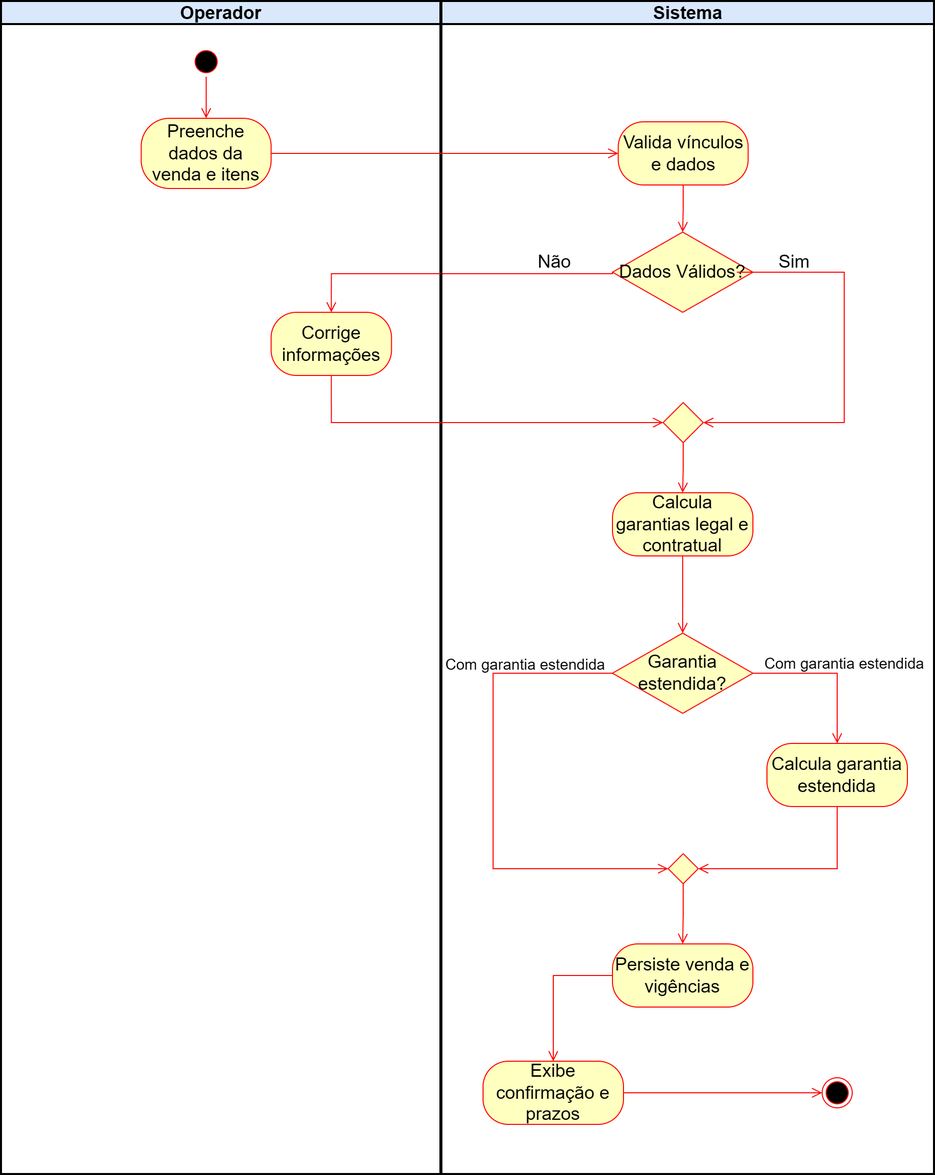
The draw.io diagram img/diagramaatividade.png in tmateus4/garantia-tcc-2026, before a commit. Source tidied: cells renumbered, new cells last; positions are measured from the earlier drawing's top-left corner, leaving out a move shared by most shapes.
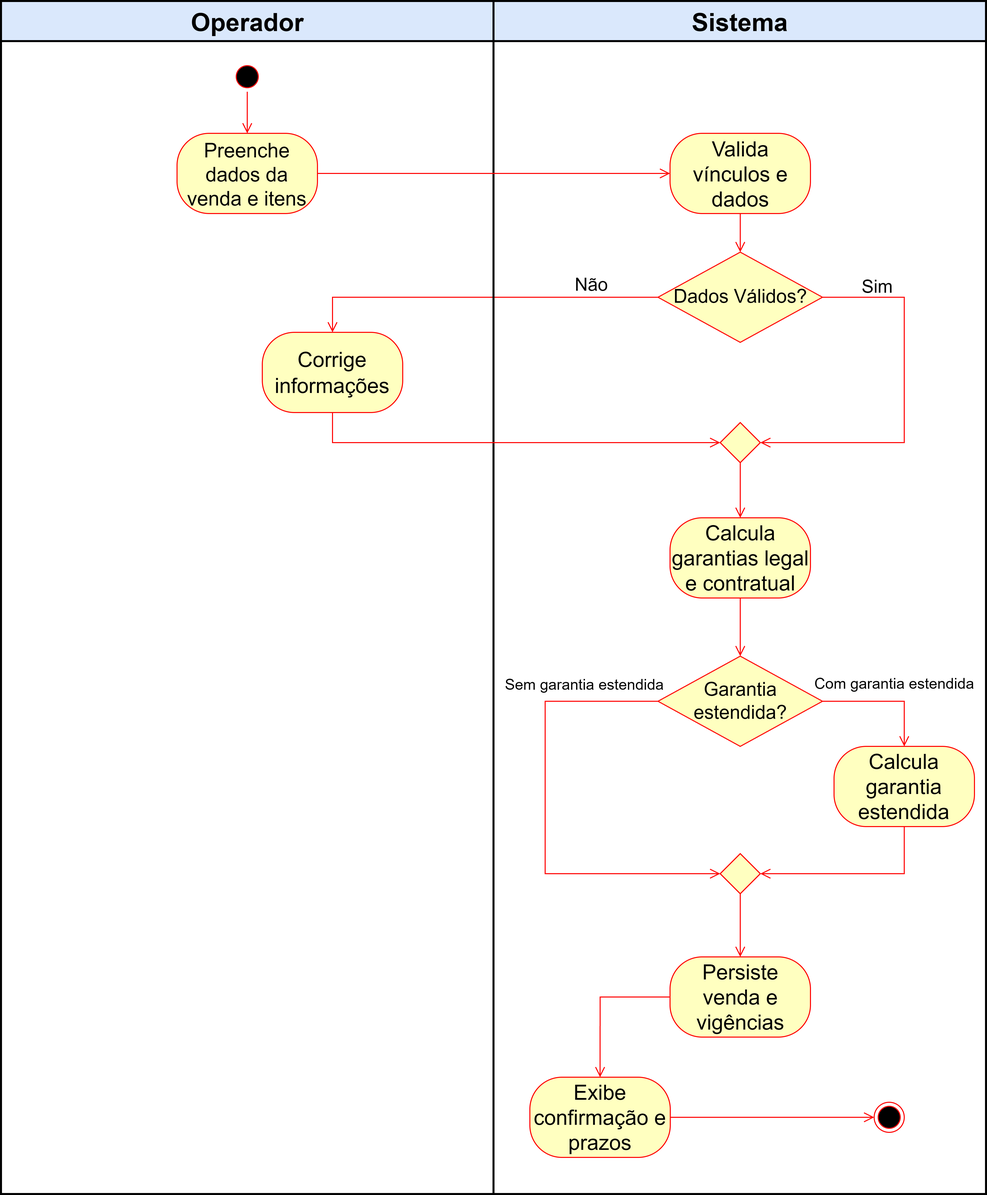
After the commit.

The edit, as a diff of the source:
```diff
@@ -2,69 +2,61 @@
   <root>
     <mxCell id="0" />
     <mxCell id="1" parent="0" />
-    <mxCell id="2" value="Operador" style="swimlane;whiteSpace=wrap;html=1;fillColor=#dae8fc;strokeColor=#000000;strokeWidth=2;fontSize=18;" parent="1" vertex="1">
-      <mxGeometry width="438" height="1170" as="geometry" />
+    <mxCell id="2" value="&lt;font style=&quot;font-size: 25px;&quot;&gt;Operador&lt;/font&gt;" style="swimlane;whiteSpace=wrap;html=1;fillColor=#dae8fc;strokeColor=#000000;strokeWidth=2;fontSize=18;startSize=40;" parent="1" vertex="1">
+      <mxGeometry x="-80" y="-20" width="491" height="1190" as="geometry" />
     </mxCell>
     <mxCell id="3" style="ellipse;html=1;shape=startState;fillColor=#000000;strokeColor=#ff0000;" parent="2" vertex="1">
-      <mxGeometry x="189" y="45" width="30" height="30" as="geometry" />
+      <mxGeometry x="230" y="60" width="30" height="30" as="geometry" />
     </mxCell>
     <mxCell id="4" style="edgeStyle=orthogonalEdgeStyle;html=1;verticalAlign=bottom;endArrow=open;endSize=8;strokeColor=#ff0000;rounded=0;entryX=0.5;entryY=0;entryDx=0;entryDy=0;" parent="2" edge="1" source="3" target="5">
       <mxGeometry relative="1" as="geometry" />
     </mxCell>
-    <mxCell id="5" value="Preenche dados da venda e itens" style="rounded=1;whiteSpace=wrap;html=1;arcSize=40;fontColor=#000000;fillColor=#ffffc0;strokeColor=#ff0000;fontSize=18;" parent="2" vertex="1">
-      <mxGeometry x="139.2" y="116.5" width="129.5" height="70" as="geometry" />
+    <mxCell id="5" value="Preenche dados da venda e itens" style="rounded=1;whiteSpace=wrap;html=1;arcSize=40;fontColor=#000000;fillColor=#ffffc0;strokeColor=#ff0000;fontSize=20;" parent="2" vertex="1">
+      <mxGeometry x="175" y="131.5" width="140" height="80" as="geometry" />
     </mxCell>
-    <mxCell id="6" value="Corrige informações" style="rounded=1;whiteSpace=wrap;html=1;arcSize=40;fontColor=#000000;fillColor=#ffffc0;strokeColor=#ff0000;fontSize=18;" parent="2" vertex="1">
-      <mxGeometry x="268.8" y="310" width="120" height="63" as="geometry" />
+    <mxCell id="6" value="Corrige informações" style="rounded=1;whiteSpace=wrap;html=1;arcSize=40;fontColor=#000000;fillColor=#ffffc0;strokeColor=#ff0000;fontSize=21;" parent="2" vertex="1">
+      <mxGeometry x="260" y="330" width="140" height="80" as="geometry" />
     </mxCell>
     <mxCell id="7" value="Não" style="edgeStyle=orthogonalEdgeStyle;html=1;verticalAlign=bottom;endArrow=open;endSize=8;strokeColor=#ff0000;rounded=0;entryX=0.5;entryY=0;entryDx=0;entryDy=0;exitX=0;exitY=0.5;exitDx=0;exitDy=0;labelBackgroundColor=none;fontSize=18;spacing=0;" parent="2" edge="1" source="22" target="6">
       <mxGeometry x="-0.62" relative="1" as="geometry">
-        <Array as="points">
-          <mxPoint x="609" y="271.5" />
-          <mxPoint x="328.8" y="271.5" />
-        </Array>
         <mxPoint x="1" as="offset" />
       </mxGeometry>
     </mxCell>
-    <mxCell id="8" value="Sistema" style="swimlane;whiteSpace=wrap;html=1;fillColor=#dae8fc;strokeColor=light-dark(#000000, #5c79a3);strokeWidth=2;fontSize=18;" parent="1" vertex="1">
-      <mxGeometry x="439" width="491" height="1170" as="geometry" />
+    <mxCell id="8" value="&lt;font style=&quot;font-size: 25px;&quot;&gt;Sistema&lt;/font&gt;" style="swimlane;whiteSpace=wrap;html=1;fillColor=#dae8fc;strokeColor=light-dark(#000000, #5c79a3);strokeWidth=2;fontSize=18;startSize=40;" parent="1" vertex="1">
+      <mxGeometry x="411" y="-20" width="491" height="1190" as="geometry" />
     </mxCell>
-    <mxCell id="9" value="Valida vínculos e dados" style="rounded=1;whiteSpace=wrap;html=1;arcSize=40;fontColor=#000000;fillColor=#ffffc0;strokeColor=#ff0000;fontSize=18;" parent="8" vertex="1">
-      <mxGeometry x="175.8" y="120" width="129.5" height="63" as="geometry" />
+    <mxCell id="9" value="Valida vínculos e dados" style="rounded=1;whiteSpace=wrap;html=1;arcSize=40;fontColor=#000000;fillColor=#ffffc0;strokeColor=#ff0000;fontSize=21;" parent="8" vertex="1">
+      <mxGeometry x="175.5" y="131.5" width="140" height="80" as="geometry" />
     </mxCell>
-    <mxCell id="10" value="Calcula garantias legal e contratual" style="rounded=1;whiteSpace=wrap;html=1;arcSize=40;fontColor=#000000;fillColor=#ffffc0;strokeColor=#ff0000;fontSize=18;" parent="8" vertex="1">
-      <mxGeometry x="170" y="490" width="140" height="63" as="geometry" />
+    <mxCell id="10" value="Calcula garantias legal e contratual" style="rounded=1;whiteSpace=wrap;html=1;arcSize=40;fontColor=#000000;fillColor=#ffffc0;strokeColor=#ff0000;fontSize=21;" parent="8" vertex="1">
+      <mxGeometry x="175.5" y="515" width="140" height="80" as="geometry" />
     </mxCell>
-    <mxCell id="11" value="&lt;font&gt;Garantia estendida?&lt;/font&gt;" style="rhombus;whiteSpace=wrap;html=1;fontColor=#000000;fillColor=#ffffc0;strokeColor=#ff0000;fontSize=18;" parent="8" vertex="1">
-      <mxGeometry x="170" y="630" width="140" height="80" as="geometry" />
+    <mxCell id="11" value="&lt;font&gt;Garantia estendida?&lt;/font&gt;" style="rhombus;whiteSpace=wrap;html=1;fontColor=#000000;fillColor=#ffffc0;strokeColor=#ff0000;fontSize=19;" parent="8" vertex="1">
+      <mxGeometry x="163.5" y="653" width="164" height="90" as="geometry" />
     </mxCell>
-    <mxCell id="12" value="Persiste venda e vigências" style="rounded=1;whiteSpace=wrap;html=1;arcSize=40;fontColor=#000000;fillColor=#ffffc0;strokeColor=#ff0000;fontSize=18;" parent="8" vertex="1">
-      <mxGeometry x="170" y="940" width="140" height="63" as="geometry" />
+    <mxCell id="12" value="Persiste venda e vigências" style="rounded=1;whiteSpace=wrap;html=1;arcSize=40;fontColor=#000000;fillColor=#ffffc0;strokeColor=#ff0000;fontSize=21;" parent="8" vertex="1">
+      <mxGeometry x="175.5" y="953" width="140" height="80" as="geometry" />
     </mxCell>
     <mxCell id="13" style="edgeStyle=orthogonalEdgeStyle;html=1;verticalAlign=bottom;endArrow=open;endSize=8;strokeColor=#ff0000;rounded=0;entryX=0.5;entryY=0;entryDx=0;entryDy=0;exitX=0;exitY=0.5;exitDx=0;exitDy=0;" parent="8" edge="1" source="12" target="15">
       <mxGeometry relative="1" as="geometry" />
     </mxCell>
     <mxCell id="14" style="ellipse;html=1;shape=endState;fillColor=#000000;strokeColor=#ff0000;" parent="8" vertex="1">
-      <mxGeometry x="379" y="1073.5" width="30" height="30" as="geometry" />
+      <mxGeometry x="379" y="1098" width="30" height="30" as="geometry" />
     </mxCell>
-    <mxCell id="15" value="Exibe confirmação e prazos" style="rounded=1;whiteSpace=wrap;html=1;arcSize=40;fontColor=#000000;fillColor=#ffffc0;strokeColor=#ff0000;fontSize=18;" parent="8" vertex="1">
-      <mxGeometry x="41" y="1057" width="140" height="63" as="geometry" />
+    <mxCell id="15" value="Exibe confirmação e prazos" style="rounded=1;whiteSpace=wrap;html=1;arcSize=40;fontColor=#000000;fillColor=#ffffc0;strokeColor=#ff0000;fontSize=21;" parent="8" vertex="1">
+      <mxGeometry x="35.8" y="1073" width="140" height="80" as="geometry" />
     </mxCell>
     <mxCell id="16" style="edgeStyle=orthogonalEdgeStyle;html=1;verticalAlign=bottom;endArrow=open;endSize=8;strokeColor=#ff0000;rounded=0;entryX=0;entryY=0.5;entryDx=0;entryDy=0;" parent="8" edge="1" source="15" target="14">
       <mxGeometry relative="1" as="geometry" />
     </mxCell>
     <mxCell id="17" style="edgeStyle=orthogonalEdgeStyle;html=1;verticalAlign=bottom;endArrow=open;endSize=8;strokeColor=#ff0000;rounded=0;entryX=1;entryY=0.5;entryDx=0;entryDy=0;exitX=0.5;exitY=1;exitDx=0;exitDy=0;" parent="8" edge="1" source="18" target="19">
-      <mxGeometry relative="1" as="geometry">
-        <Array as="points">
-          <mxPoint x="394" y="865" />
-        </Array>
-      </mxGeometry>
+      <mxGeometry relative="1" as="geometry" />
     </mxCell>
-    <mxCell id="18" value="Calcula garantia estendida" style="rounded=1;whiteSpace=wrap;html=1;arcSize=40;fontColor=#000000;fillColor=#ffffc0;strokeColor=#ff0000;fontSize=18;" parent="8" vertex="1">
-      <mxGeometry x="324" y="740" width="140" height="63" as="geometry" />
+    <mxCell id="18" value="Calcula garantia estendida" style="rounded=1;whiteSpace=wrap;html=1;arcSize=40;fontColor=#000000;fillColor=#ffffc0;strokeColor=#ff0000;fontSize=21;" parent="8" vertex="1">
+      <mxGeometry x="339" y="743" width="140" height="80" as="geometry" />
     </mxCell>
     <mxCell id="19" style="rhombus;whiteSpace=wrap;html=1;fontColor=#000000;fillColor=#ffffc0;strokeColor=#ff0000;" parent="8" vertex="1">
-      <mxGeometry x="225.5" y="850" width="30" height="30" as="geometry" />
+      <mxGeometry x="225.5" y="850" width="40" height="40" as="geometry" />
     </mxCell>
     <mxCell id="20" style="edgeStyle=orthogonalEdgeStyle;html=1;align=left;verticalAlign=top;endArrow=open;endSize=8;strokeColor=#ff0000;rounded=0;entryX=0.5;entryY=0;entryDx=0;entryDy=0;" parent="8" edge="1" source="19" target="12">
       <mxGeometry x="1" y="-121" relative="1" as="geometry">
@@ -74,35 +66,32 @@
     <mxCell id="21" style="edgeStyle=orthogonalEdgeStyle;html=1;verticalAlign=bottom;endArrow=open;endSize=8;strokeColor=#ff0000;rounded=0;entryX=0.5;entryY=0;entryDx=0;entryDy=0;exitX=0.5;exitY=1;exitDx=0;exitDy=0;" parent="8" edge="1" source="26" target="10">
       <mxGeometry relative="1" as="geometry" />
     </mxCell>
-    <mxCell id="22" value="&lt;span&gt;Dados Válidos?&lt;/span&gt;" style="rhombus;whiteSpace=wrap;html=1;fontColor=#000000;fillColor=#ffffc0;strokeColor=#ff0000;fontSize=18;" parent="8" vertex="1">
-      <mxGeometry x="170" y="230" width="140" height="80" as="geometry" />
+    <mxCell id="22" value="&lt;span&gt;Dados Válidos?&lt;/span&gt;" style="rhombus;whiteSpace=wrap;html=1;fontColor=#000000;fillColor=#ffffc0;strokeColor=#ff0000;fontSize=19;" parent="8" vertex="1">
+      <mxGeometry x="163.5" y="250" width="164" height="90" as="geometry" />
     </mxCell>
-    <mxCell id="23" value="&#10;&lt;span style=&quot;color: rgb(0, 0, 0); font-family: Helvetica; font-style: normal; font-variant-ligatures: normal; font-variant-caps: normal; font-weight: 400; letter-spacing: normal; orphans: 2; text-align: center; text-indent: 0px; text-transform: none; widows: 2; word-spacing: 0px; -webkit-text-stroke-width: 0px; white-space: nowrap; background-color: rgb(255, 255, 255); text-decoration-thickness: initial; text-decoration-style: initial; text-decoration-color: initial; float: none; display: inline !important;&quot;&gt;Com garantia estendida&lt;/span&gt;&#10;&#10;" style="edgeStyle=orthogonalEdgeStyle;html=1;verticalAlign=bottom;endArrow=open;endSize=8;strokeColor=#ff0000;rounded=0;entryX=0;entryY=0.5;entryDx=0;entryDy=0;exitX=0;exitY=0.5;exitDx=0;exitDy=0;labelBackgroundColor=none;spacing=-2;fontSize=15;" parent="8" edge="1" source="11" target="19">
-      <mxGeometry x="-0.64" y="35" relative="1" as="geometry">
+    <mxCell id="23" value="&lt;span style=&quot;color: rgb(0, 0, 0); font-family: Helvetica; font-style: normal; font-variant-ligatures: normal; font-variant-caps: normal; font-weight: 400; letter-spacing: normal; orphans: 2; text-align: center; text-indent: 0px; text-transform: none; widows: 2; word-spacing: 0px; -webkit-text-stroke-width: 0px; white-space: nowrap; background-color: rgb(255, 255, 255); text-decoration-thickness: initial; text-decoration-style: initial; text-decoration-color: initial; float: none; display: inline !important;&quot;&gt;Sem garantia estendida&lt;/span&gt;&lt;div&gt;&lt;br/&gt;&lt;/div&gt;" style="edgeStyle=orthogonalEdgeStyle;html=1;verticalAlign=middle;endArrow=open;endSize=8;strokeColor=#ff0000;rounded=0;entryX=0;entryY=0.5;entryDx=0;entryDy=0;exitX=0;exitY=0.5;exitDx=0;exitDy=0;labelBackgroundColor=none;spacing=-2;fontSize=15;" parent="8" edge="1" source="11" target="19">
+      <mxGeometry x="-0.68" y="-8" relative="1" as="geometry">
         <Array as="points">
-          <mxPoint x="51" y="670" />
-          <mxPoint x="51" y="865" />
+          <mxPoint x="51" y="698" />
+          <mxPoint x="51" y="870" />
         </Array>
       </mxGeometry>
     </mxCell>
-    <mxCell id="24" value="Com garantia estendida" style="edgeStyle=orthogonalEdgeStyle;html=1;verticalAlign=bottom;endArrow=open;endSize=8;strokeColor=#ff0000;rounded=0;entryX=0.5;entryY=0;entryDx=0;entryDy=0;exitX=1;exitY=0.5;exitDx=0;exitDy=0;labelBackgroundColor=none;fontSize=15;spacing=0;" parent="8" edge="1" source="11" target="18">
-      <mxGeometry x="0.09" y="7" relative="1" as="geometry">
-        <Array as="points">
-          <mxPoint x="394" y="670" />
-        </Array>
+    <mxCell id="24" value="Com garantia estendida" style="edgeStyle=orthogonalEdgeStyle;html=1;verticalAlign=middle;endArrow=open;endSize=8;strokeColor=#ff0000;rounded=0;entryX=0.5;entryY=0;entryDx=0;entryDy=0;exitX=1;exitY=0.5;exitDx=0;exitDy=0;labelBackgroundColor=none;fontSize=15;spacing=0;" parent="8" edge="1" source="11" target="18">
+      <mxGeometry x="0.13" y="18" relative="1" as="geometry">
+        <mxPoint x="1" as="offset" />
       </mxGeometry>
     </mxCell>
     <mxCell id="25" value="Sim&lt;div&gt;&lt;br&gt;&lt;/div&gt;" style="edgeStyle=orthogonalEdgeStyle;html=1;verticalAlign=bottom;endArrow=open;endSize=8;strokeColor=#ff0000;rounded=0;entryX=1;entryY=0.5;entryDx=0;entryDy=0;exitX=1;exitY=0.5;exitDx=0;exitDy=0;labelBackgroundColor=none;fontSize=18;spacing=-3;" parent="8" edge="1" source="22" target="26">
-      <mxGeometry x="-0.65" y="-20" relative="1" as="geometry">
+      <mxGeometry x="-0.7" y="-20" relative="1" as="geometry">
         <Array as="points">
-          <mxPoint x="294" y="270" />
-          <mxPoint x="401" y="270" />
-          <mxPoint x="401" y="343" />
+          <mxPoint x="409" y="295" />
+          <mxPoint x="409" y="440" />
         </Array>
       </mxGeometry>
     </mxCell>
     <mxCell id="26" style="rhombus;whiteSpace=wrap;html=1;fontColor=#000000;fillColor=#ffffc0;strokeColor=#ff0000;" parent="8" vertex="1">
-      <mxGeometry x="220.5" y="400" width="40" height="40" as="geometry" />
+      <mxGeometry x="225.5" y="420" width="40" height="40" as="geometry" />
     </mxCell>
     <mxCell id="27" style="edgeStyle=orthogonalEdgeStyle;html=1;verticalAlign=bottom;endArrow=open;endSize=8;strokeColor=#ff0000;rounded=0;entryX=0.5;entryY=0;entryDx=0;entryDy=0;exitX=0.5;exitY=1;exitDx=0;exitDy=0;" parent="8" edge="1" source="10" target="11">
       <mxGeometry relative="1" as="geometry" />
@@ -114,11 +103,7 @@
       <mxGeometry relative="1" as="geometry" />
     </mxCell>
     <mxCell id="30" style="edgeStyle=orthogonalEdgeStyle;html=1;verticalAlign=bottom;endArrow=open;endSize=8;strokeColor=#ff0000;rounded=0;entryX=0;entryY=0.5;entryDx=0;entryDy=0;exitX=0.5;exitY=1;exitDx=0;exitDy=0;labelBackgroundColor=none;spacing=-2;" parent="1" edge="1" source="6" target="26">
-      <mxGeometry x="-0.75" y="23" relative="1" as="geometry">
-        <Array as="points">
-          <mxPoint x="328.8" y="420" />
-        </Array>
-      </mxGeometry>
+      <mxGeometry x="-0.75" y="23" relative="1" as="geometry" />
     </mxCell>
   </root>
 </mxGraphModel>
```
